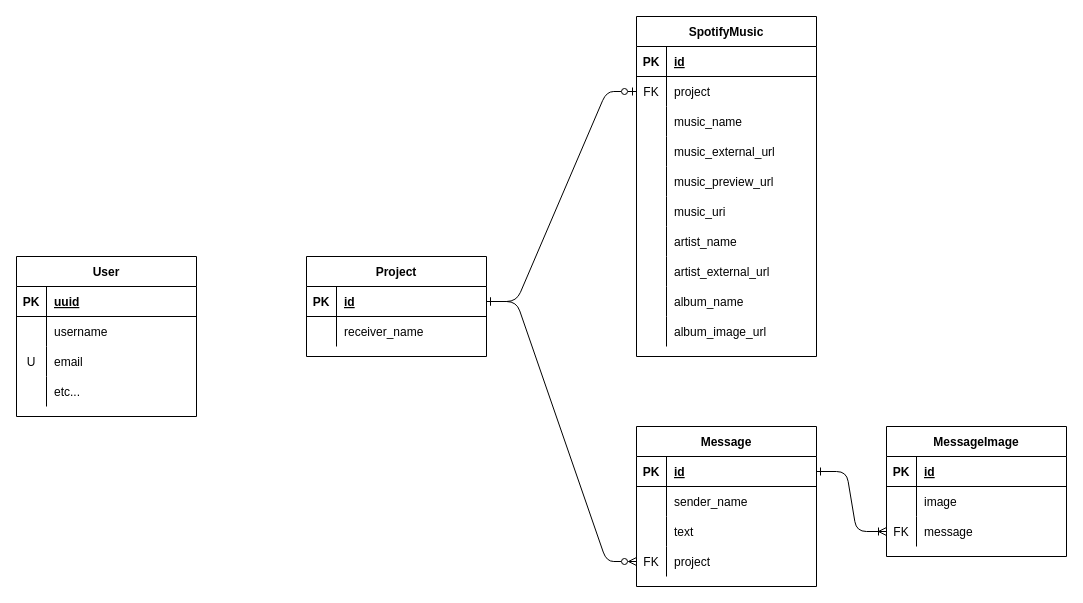
The draw.io diagram docs/ER.drawio in youngeek-0410/hacku-kosen-2022-backend, before the edit. Source tidied: cells renumbered, new cells numbered last; positions are measured from the earlier drawing's top-left corner, leaving out a move shared by most shapes. Both pictures are drawn from the tidied source at 100%, with x=0, y=0 at pixel (16, 16).
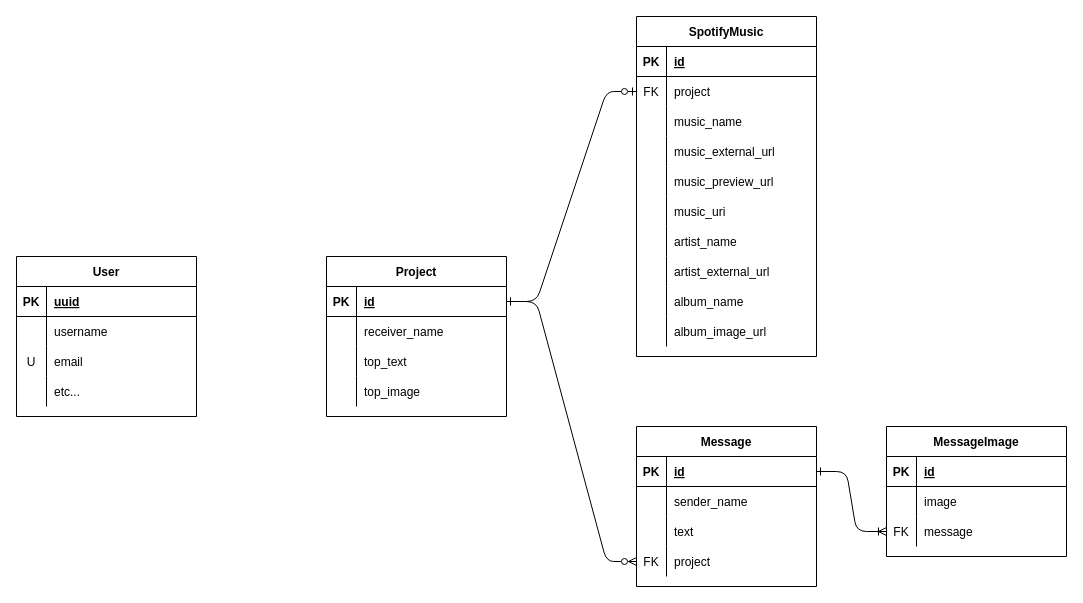
After the change.

Diff of the diagram source:
```diff
@@
     <mxCell id="2" value="Project" style="shape=table;startSize=30;childLayout=tableLayout;rowLines=0;fontStyle=1;align=center;" parent="1" vertex="1">
-      <mxGeometry x="290" y="240" width="180" height="100" as="geometry" />
+      <mxGeometry x="310" y="240" width="180" height="160" as="geometry" />
     </mxCell>
@@
+    <mxCell id="79" style="shape=partialRectangle;fillColor=none;top=0;left=0;bottom=0;right=0;" parent="2" vertex="1">
+      <mxGeometry y="90" width="180" height="30" as="geometry" />
+    </mxCell>
+    <mxCell id="80" style="shape=partialRectangle;fillColor=none;top=0;left=0;bottom=0;right=0;overflow=hidden;" parent="79" vertex="1">
+      <mxGeometry width="30" height="30" as="geometry" />
+    </mxCell>
+    <mxCell id="81" value="top_text" style="shape=partialRectangle;fillColor=none;top=0;left=0;bottom=0;right=0;align=left;spacingLeft=6;overflow=hidden;" parent="79" vertex="1">
+      <mxGeometry x="30" width="150" height="30" as="geometry" />
+    </mxCell>
+    <mxCell id="82" style="shape=partialRectangle;fillColor=none;top=0;left=0;bottom=0;right=0;" parent="2" vertex="1">
+      <mxGeometry y="120" width="180" height="30" as="geometry" />
+    </mxCell>
+    <mxCell id="83" style="shape=partialRectangle;fillColor=none;top=0;left=0;bottom=0;right=0;overflow=hidden;" parent="82" vertex="1">
+      <mxGeometry width="30" height="30" as="geometry" />
+    </mxCell>
+    <mxCell id="84" value="top_image" style="shape=partialRectangle;fillColor=none;top=0;left=0;bottom=0;right=0;align=left;spacingLeft=6;overflow=hidden;" parent="82" vertex="1">
+      <mxGeometry x="30" width="150" height="30" as="geometry" />
+    </mxCell>
```
